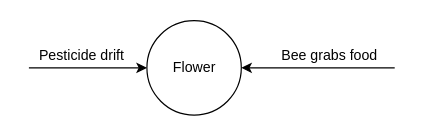
Above: Finite State Machines/Flower FSM.drawio in benwingerter/bee-simulation (draw.io), before the change. Source tidied: cells renumbered, new cells numbered last; positions are measured from the earlier drawing's top-left corner, leaving out a move shared by most shapes. Both pictures are drawn from the tidied source at 118%, with x=0, y=0 at pixel (28, 20).
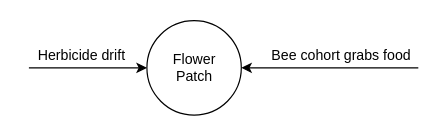
Above is the later version.

Diff of the diagram source:
```diff
@@
 <mxGraphModel>
   <root>
     <mxCell id="0" />
     <mxCell id="1" parent="0" />
     <mxCell id="2" style="group;" parent="1" vertex="1">
       <mxGeometry x="100" width="90" height="80" as="geometry" />
     </mxCell>
     <mxCell id="3" style="ellipse;whiteSpace=wrap;html=1;" parent="2" vertex="1">
       <mxGeometry width="80" height="80" as="geometry" />
     </mxCell>
-    <mxCell id="4" value="&lt;div&gt;Flower&lt;/div&gt;" style="text;html=1;align=center;verticalAlign=middle;fillColor=none;strokeColor=none;rounded=0;" parent="2" vertex="1">
-      <mxGeometry x="15" y="30" width="50" height="20" as="geometry" />
+    <mxCell id="4" value="&lt;div&gt;Flower&lt;/div&gt;&lt;div&gt;Patch&lt;/div&gt;" style="text;html=1;align=center;verticalAlign=middle;fillColor=none;strokeColor=none;rounded=0;" parent="2" vertex="1">
+      <mxGeometry x="10" y="20" width="60" height="40" as="geometry" />
     </mxCell>
-    <mxCell id="5" value="Pesticide drift" style="text;html=1;strokeColor=none;fillColor=none;align=center;verticalAlign=middle;whiteSpace=wrap;rounded=0;" parent="1" vertex="1">
+    <mxCell id="5" value="Herbicide drift" style="text;html=1;strokeColor=none;fillColor=none;align=center;verticalAlign=middle;whiteSpace=wrap;rounded=0;" parent="1" vertex="1">
       <mxGeometry x="5" y="20" width="80" height="20" as="geometry" />
     </mxCell>
     <mxCell id="6" style="endArrow=classic;html=1;rounded=0;entryX=0;entryY=0.5;entryDx=0;entryDy=0;" parent="1" edge="1" target="3">
       <mxGeometry relative="1" as="geometry">
         <mxPoint y="40" as="sourcePoint" />
       </mxGeometry>
     </mxCell>
     <mxCell id="7" style="endArrow=classic;html=1;rounded=0;entryX=1;entryY=0.5;entryDx=0;entryDy=0;exitX=1;exitY=1;exitDx=0;exitDy=0;" parent="1" edge="1" source="8" target="3">
       <mxGeometry relative="1" as="geometry" />
     </mxCell>
-    <mxCell id="8" value="Bee grabs food" style="text;html=1;strokeColor=none;fillColor=none;align=center;verticalAlign=middle;whiteSpace=wrap;rounded=0;" parent="1" vertex="1">
-      <mxGeometry x="200" y="20" width="110" height="20" as="geometry" />
+    <mxCell id="8" value="Bee cohort grabs food" style="text;html=1;strokeColor=none;fillColor=none;align=center;verticalAlign=middle;whiteSpace=wrap;rounded=0;" parent="1" vertex="1">
+      <mxGeometry x="200" y="20" width="130" height="20" as="geometry" />
     </mxCell>
   </root>
 </mxGraphModel>
```
